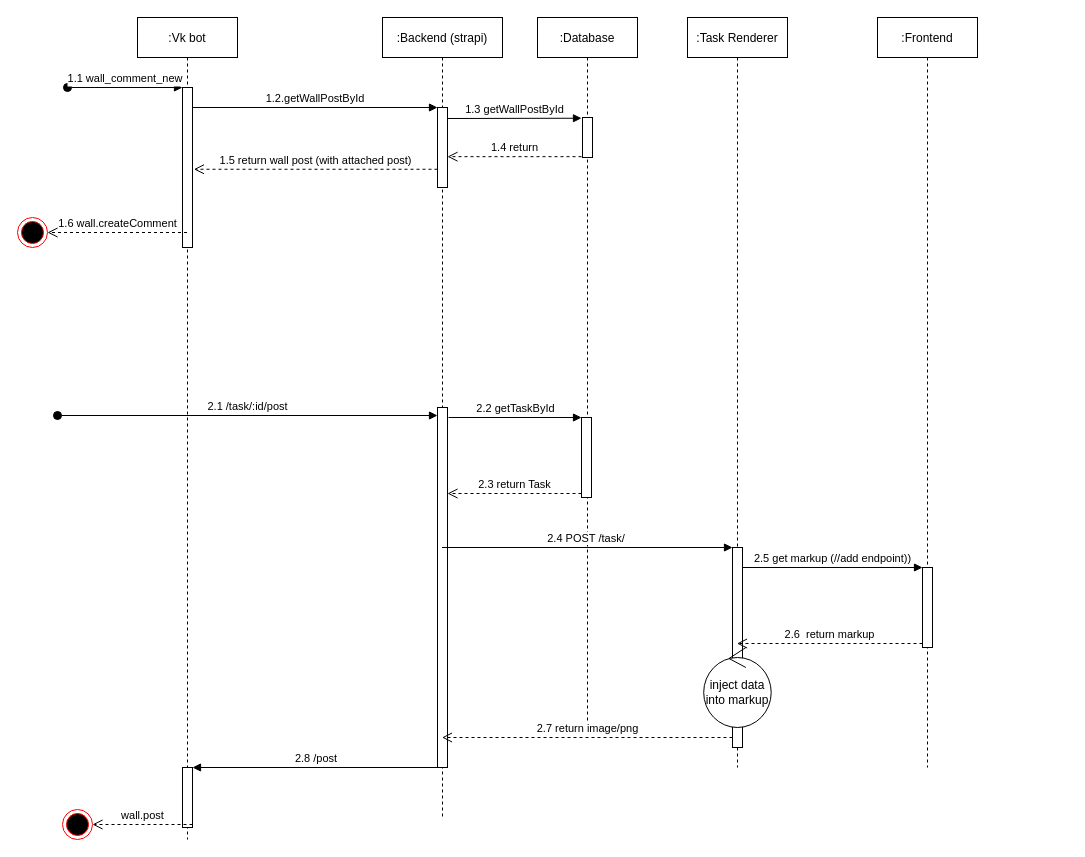
The draw.io diagram sequence.drawio in doritosxxx/setest-diagram, before the edit. Source tidied: cells renumbered, new cells numbered last; positions are measured from the earlier drawing's top-left corner, leaving out a move shared by most shapes. Both pictures are drawn from the tidied source at 100%, with x=0, y=0 at pixel (17, 17).
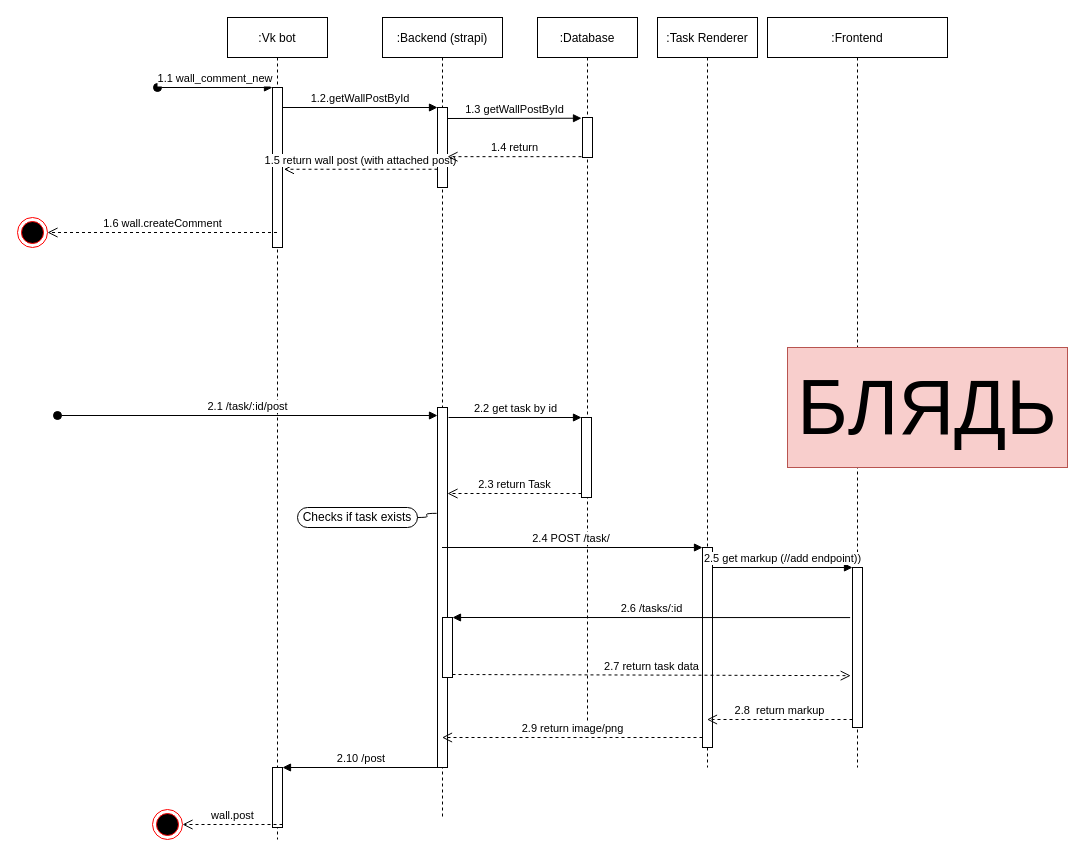
After the change.

The change refers to these unchanged cells:
```xml
<mxCell id="5" style="html=1;points=[];perimeter=orthogonalPerimeter;" parent="2" vertex="1">
  <mxGeometry x="45" y="750" width="10" height="60" as="geometry" />
</mxCell>
<mxCell id="8" value=":Backend (strapi)" style="shape=umlLifeline;perimeter=lifelinePerimeter;rounded=0;shadow=0;strokeWidth=1;" parent="1" vertex="1">
  <mxGeometry x="365" width="120" height="800" as="geometry" />
</mxCell>
<mxCell id="10" style="html=1;points=[];perimeter=orthogonalPerimeter;" parent="8" vertex="1">
  <mxGeometry x="55" y="390" width="10" height="360" as="geometry" />
</mxCell>
<mxCell id="14" style="html=1;points=[];perimeter=orthogonalPerimeter;" parent="13" vertex="1">
  <mxGeometry x="45" y="530" width="10" height="200" as="geometry" />
</mxCell>
<mxCell id="24" style="html=1;points=[];perimeter=orthogonalPerimeter;" parent="22" vertex="1">
  <mxGeometry x="44" y="400" width="10" height="80" as="geometry" />
</mxCell>
```

What changed in the source:
```diff
@@
     <mxCell id="2" value=":Vk bot" style="shape=umlLifeline;perimeter=lifelinePerimeter;rounded=0;shadow=0;strokeWidth=1;" parent="1" vertex="1">
-      <mxGeometry x="120" width="100" height="822" as="geometry" />
+      <mxGeometry x="210" width="100" height="822" as="geometry" />
     </mxCell>
@@
+    <mxCell id="33" style="html=1;points=[];perimeter=orthogonalPerimeter;" parent="8" vertex="1">
+      <mxGeometry x="60" y="600" width="10" height="60" as="geometry" />
+    </mxCell>
@@
     <mxCell id="13" value=":Task Renderer" style="shape=umlLifeline;perimeter=lifelinePerimeter;rounded=0;shadow=0;strokeWidth=1;" parent="1" vertex="1">
-      <mxGeometry x="670" width="100" height="750" as="geometry" />
+      <mxGeometry x="640" width="100" height="750" as="geometry" />
     </mxCell>
@@
-    <mxCell id="15" value="inject data into markup" style="ellipse;shape=umlControl;whiteSpace=wrap;html=1;" parent="13" vertex="1">
-      <mxGeometry x="16.2" y="630" width="67.5" height="80" as="geometry" />
-    </mxCell>
     <mxCell id="16" value=":Frontend" style="shape=umlLifeline;perimeter=lifelinePerimeter;rounded=0;shadow=0;strokeWidth=1;" parent="1" vertex="1">
-      <mxGeometry x="860" width="100" height="750" as="geometry" />
+      <mxGeometry x="750" width="180" height="750" as="geometry" />
     </mxCell>
     <mxCell id="17" style="html=1;points=[];perimeter=orthogonalPerimeter;" parent="16" vertex="1">
-      <mxGeometry x="45" y="550" width="10" height="80" as="geometry" />
+      <mxGeometry x="85" y="550" width="10" height="160" as="geometry" />
     </mxCell>
+    <mxCell id="34" value="&lt;font style=&quot;font-size: 77px&quot;&gt;БЛЯДЬ&lt;/font&gt;" style="rounded=0;whiteSpace=wrap;html=1;fillColor=#f8cecc;strokeColor=#b85450;" parent="16" vertex="1">
+      <mxGeometry x="20" y="330" width="280" height="120" as="geometry" />
+    </mxCell>
@@
-    <mxCell id="26" value="2.2 getTaskById" style="html=1;verticalAlign=bottom;endArrow=block;entryX=0;entryY=0;" parent="1" edge="1" target="24">
+    <mxCell id="26" value="2.2 get task by id" style="html=1;verticalAlign=bottom;endArrow=block;entryX=0;entryY=0;" parent="1" edge="1" target="24">
       <mxGeometry relative="1" as="geometry">
         <mxPoint x="431" y="400" as="sourcePoint" />
       </mxGeometry>
     </mxCell>
@@
-    <mxCell id="30" value="2.6&amp;nbsp; return markup" style="html=1;verticalAlign=bottom;endArrow=open;dashed=1;endSize=8;exitX=0;exitY=0.95;" parent="1" edge="1" source="17" target="13">
+    <mxCell id="30" value="2.8&amp;nbsp; return markup" style="html=1;verticalAlign=bottom;endArrow=open;dashed=1;endSize=8;exitX=0;exitY=0.95;" parent="1" edge="1" source="17" target="13">
       <mxGeometry relative="1" as="geometry" />
     </mxCell>
-    <mxCell id="31" value="2.7 return image/png" style="html=1;verticalAlign=bottom;endArrow=open;dashed=1;endSize=8;exitX=0;exitY=0.95;" parent="1" edge="1" source="14" target="8">
+    <mxCell id="31" value="2.9 return image/png" style="html=1;verticalAlign=bottom;endArrow=open;dashed=1;endSize=8;exitX=0;exitY=0.95;" parent="1" edge="1" source="14" target="8">
       <mxGeometry relative="1" as="geometry" />
     </mxCell>
-    <mxCell id="32" value="2.8 /post&amp;nbsp;" style="html=1;verticalAlign=bottom;endArrow=block;entryX=1;entryY=0;" parent="1" edge="1" source="8" target="5">
+    <mxCell id="32" value="2.10 /post&amp;nbsp;" style="html=1;verticalAlign=bottom;endArrow=block;entryX=1;entryY=0;" parent="1" edge="1" source="8" target="5">
       <mxGeometry relative="1" as="geometry" />
     </mxCell>
+    <mxCell id="35" value="2.6 /tasks/:id" style="html=1;verticalAlign=bottom;endArrow=block;entryX=1;entryY=0;exitX=-0.235;exitY=0.313;exitDx=0;exitDy=0;exitPerimeter=0;" parent="1" edge="1" source="17" target="33">
+      <mxGeometry relative="1" as="geometry" />
+    </mxCell>
+    <mxCell id="36" value="2.7 return task data" style="html=1;verticalAlign=bottom;endArrow=open;dashed=1;endSize=8;exitX=1;exitY=0.95;entryX=-0.176;entryY=0.676;entryDx=0;entryDy=0;entryPerimeter=0;" parent="1" edge="1" source="33" target="17">
+      <mxGeometry relative="1" as="geometry" />
+    </mxCell>
+    <mxCell id="37" value="Checks if task exists" style="whiteSpace=wrap;html=1;rounded=1;arcSize=50;align=center;verticalAlign=middle;strokeWidth=1;spacing=4;newEdgeStyle={&quot;edgeStyle&quot;:&quot;entityRelationEdgeStyle&quot;,&quot;startArrow&quot;:&quot;none&quot;,&quot;endArrow&quot;:&quot;none&quot;,&quot;segment&quot;:10,&quot;curved&quot;:1};" parent="1" vertex="1">
+      <mxGeometry x="280" y="490" width="120" height="20" as="geometry" />
+    </mxCell>
+    <mxCell id="38" style="edgeStyle=entityRelationEdgeStyle;startArrow=none;endArrow=none;segment=10;curved=1;exitX=-0.086;exitY=0.294;exitDx=0;exitDy=0;exitPerimeter=0;" parent="1" edge="1" source="10" target="37">
+      <mxGeometry relative="1" as="geometry" />
+    </mxCell>
```
